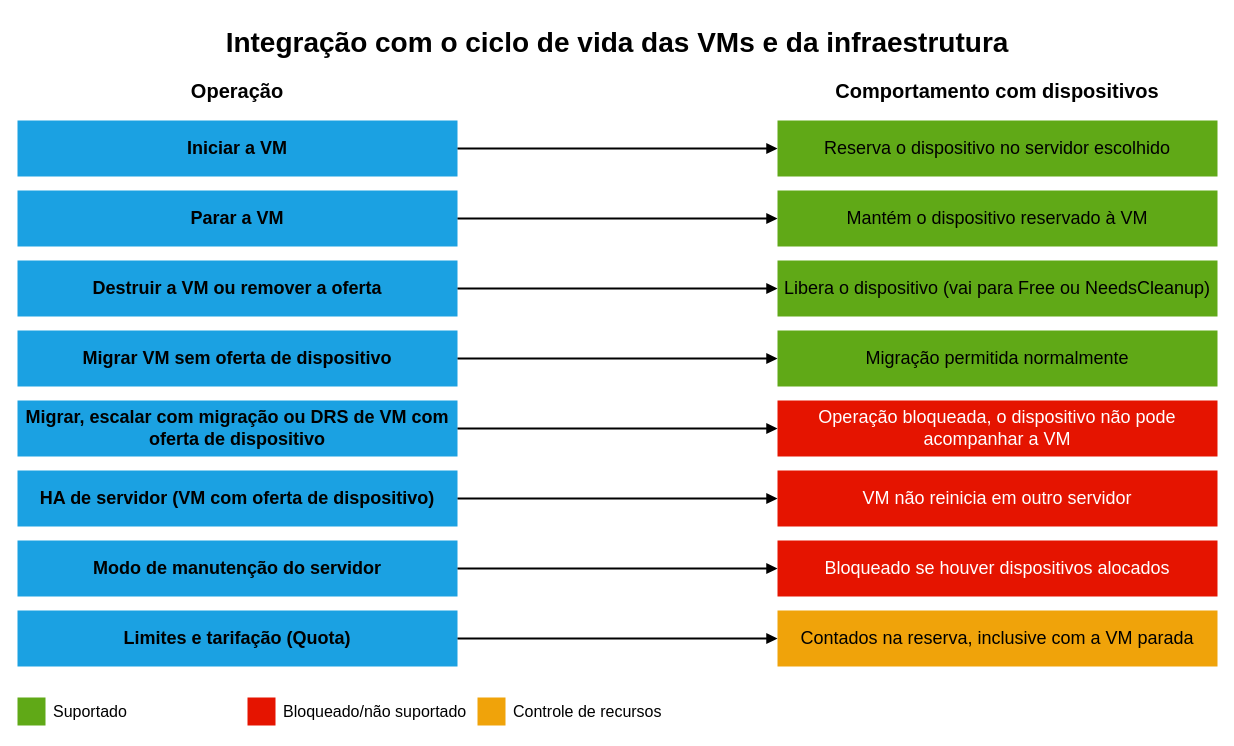
Before: page "integracao-ciclo-de-vida" (3 of 3) of diagramas/diagramas-apresentacao.drawio in erikbocks/apresentacao-tcc, a draw.io diagram. Source tidied: cells renumbered, new cells numbered last; positions are measured from the earlier drawing's top-left corner, leaving out a move shared by most shapes. Both pictures are drawn from the tidied source at 100%, with x=0, y=0 at pixel (17, 17).
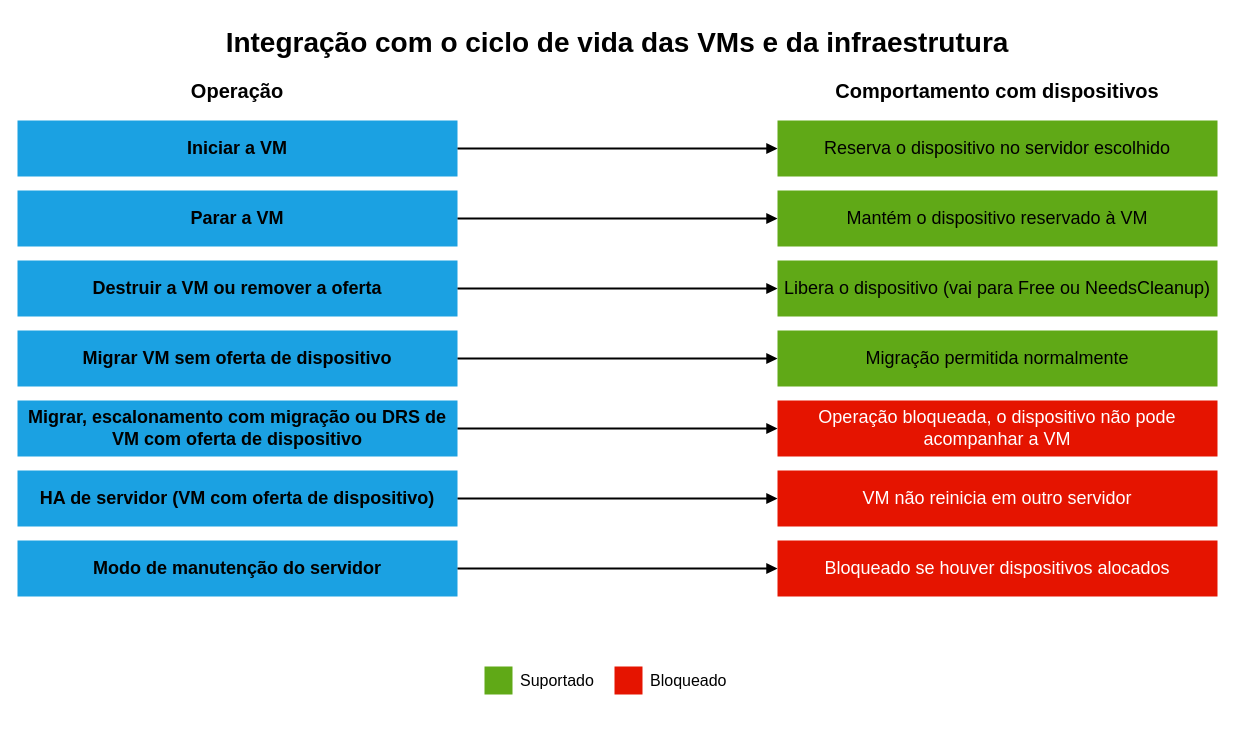
The same page after the edit.

Change to the diagram source:
```diff
@@
-    <mxCell id="14" value="Migrar, escalar com migração ou DRS de VM com oferta de dispositivo" style="whiteSpace=wrap;html=1;fillColor=#1ba1e2;strokeColor=none;fontColor=#000000;dashed=0;horizontal=1;fontSize=18;fontStyle=1;" parent="1" vertex="1">
+    <mxCell id="14" value="Migrar, escalonamento com migração ou DRS de VM com oferta de dispositivo" style="whiteSpace=wrap;html=1;fillColor=#1ba1e2;strokeColor=none;fontColor=#000000;dashed=0;horizontal=1;fontSize=18;fontStyle=1;" parent="1" vertex="1">
       <mxGeometry y="383" width="440" height="56" as="geometry" />
     </mxCell>
@@
-    <mxCell id="23" value="Limites e tarifação (Quota)" style="whiteSpace=wrap;html=1;fillColor=#1ba1e2;strokeColor=none;fontColor=#000000;dashed=0;horizontal=1;fontSize=18;fontStyle=1;" parent="1" vertex="1">
-      <mxGeometry y="593" width="440" height="56" as="geometry" />
-    </mxCell>
-    <mxCell id="24" value="Contados na reserva, inclusive com a VM parada" style="whiteSpace=wrap;html=1;fillColor=#f0a30a;strokeColor=none;fontColor=#000000;dashed=0;horizontal=1;fontSize=18;" parent="1" vertex="1">
-      <mxGeometry x="760" y="593" width="440" height="56" as="geometry" />
-    </mxCell>
-    <mxCell id="25" style="edgeStyle=orthogonalEdgeStyle;rounded=0;jettySize=auto;html=1;endArrow=block;endFill=1;strokeWidth=2;strokeColor=#000000;exitX=1;exitY=0.5;exitDx=0;exitDy=0;entryX=0;entryY=0.5;entryDx=0;entryDy=0;" parent="1" edge="1" source="23" target="24">
-      <mxGeometry relative="1" as="geometry" />
-    </mxCell>
     <mxCell id="26" style="whiteSpace=wrap;html=1;fillColor=#60a917;strokeColor=none;fontColor=#000000;dashed=0;horizontal=1;fontSize=18;" parent="1" vertex="1">
-      <mxGeometry y="680" width="28" height="28" as="geometry" />
+      <mxGeometry x="467" y="649" width="28" height="28" as="geometry" />
     </mxCell>
     <mxCell id="27" value="Suportado" style="text;html=1;whiteSpace=wrap;align=left;verticalAlign=middle;fontSize=16;fontColor=#000000;" parent="1" vertex="1">
-      <mxGeometry x="34" y="676" width="190" height="36" as="geometry" />
+      <mxGeometry x="501" y="645" width="93" height="36" as="geometry" />
     </mxCell>
     <mxCell id="28" style="whiteSpace=wrap;html=1;fillColor=#e51400;strokeColor=none;fontColor=#000000;dashed=0;horizontal=1;fontSize=18;" parent="1" vertex="1">
-      <mxGeometry x="230" y="680" width="28" height="28" as="geometry" />
+      <mxGeometry x="597" y="649" width="28" height="28" as="geometry" />
     </mxCell>
-    <mxCell id="29" value="Bloqueado/não suportado" style="text;html=1;whiteSpace=wrap;align=left;verticalAlign=middle;fontSize=16;fontColor=#000000;" parent="1" vertex="1">
-      <mxGeometry x="264" y="676" width="190" height="36" as="geometry" />
+    <mxCell id="29" value="Bloqueado" style="text;html=1;whiteSpace=wrap;align=left;verticalAlign=middle;fontSize=16;fontColor=#000000;" parent="1" vertex="1">
+      <mxGeometry x="631" y="645" width="103" height="36" as="geometry" />
     </mxCell>
-    <mxCell id="30" style="whiteSpace=wrap;html=1;fillColor=#f0a30a;strokeColor=none;fontColor=#000000;dashed=0;horizontal=1;fontSize=18;" parent="1" vertex="1">
-      <mxGeometry x="460" y="680" width="28" height="28" as="geometry" />
-    </mxCell>
-    <mxCell id="31" value="Controle de recursos" style="text;html=1;whiteSpace=wrap;align=left;verticalAlign=middle;fontSize=16;fontColor=#000000;" parent="1" vertex="1">
-      <mxGeometry x="494" y="676" width="190" height="36" as="geometry" />
-    </mxCell>
```
